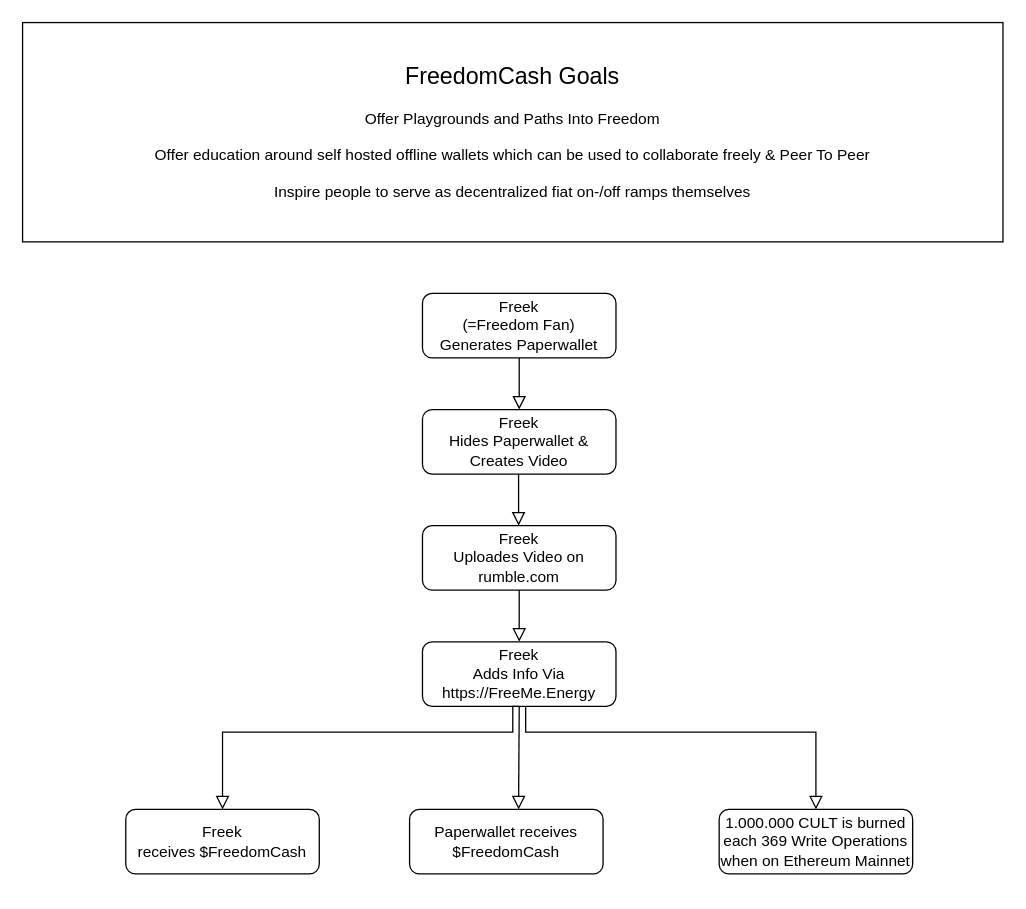
Before: diagram.drawio in michael-spengler/FreedomCash, a draw.io diagram. Source tidied: cells renumbered, new cells numbered last; positions are measured from the earlier drawing's top-left corner, leaving out a move shared by most shapes. Both pictures are drawn from the tidied source at 129%, with x=0, y=0 at pixel (22, 22).
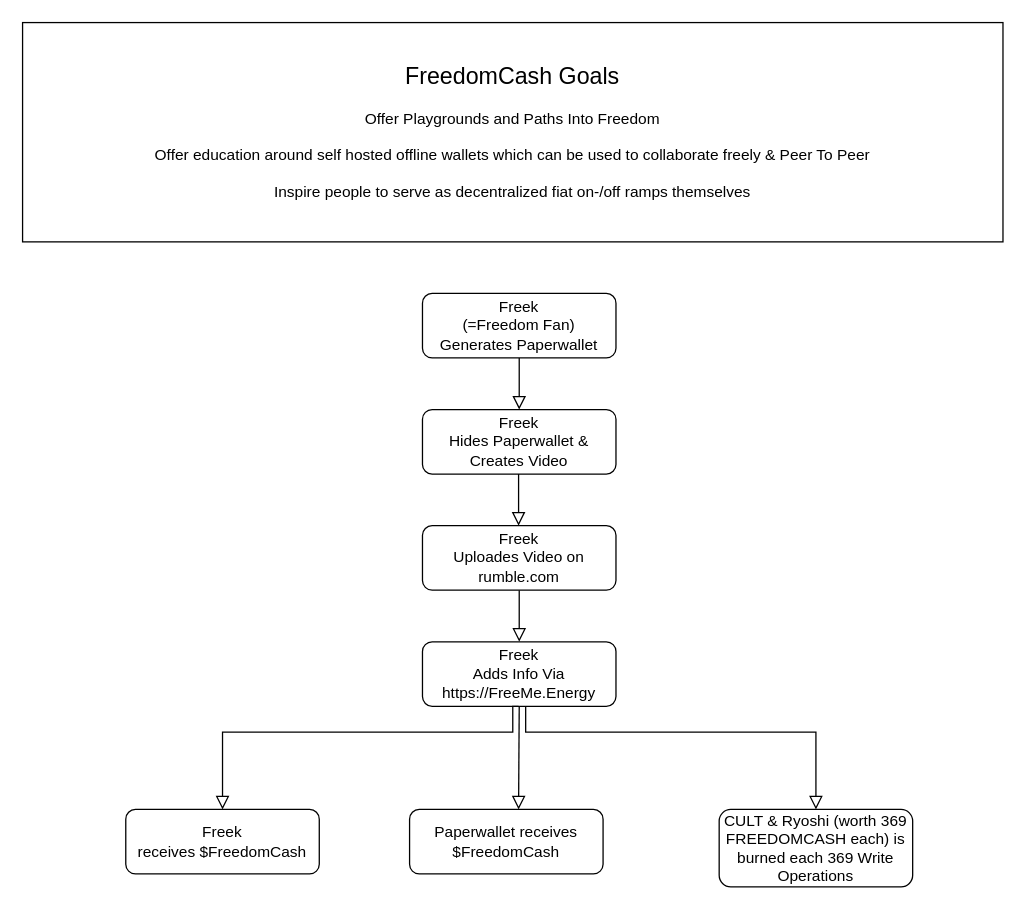
The same page after the edit.

The edit, as a diff of the source:
```diff
@@
-    <mxCell id="13" value="1.000.000 CULT is burned each 369 Write Operations&lt;br&gt;when on Ethereum Mainnet" style="rounded=1;whiteSpace=wrap;html=1;fontSize=12;glass=0;strokeWidth=1;shadow=0;" parent="1" vertex="1">
-      <mxGeometry x="540" y="610" width="150" height="50" as="geometry" />
+    <mxCell id="13" value="CULT &amp;amp; Ryoshi (worth 369 FREEDOMCASH each) is burned each 369 Write Operations" style="rounded=1;whiteSpace=wrap;html=1;fontSize=12;glass=0;strokeWidth=1;shadow=0;" parent="1" vertex="1">
+      <mxGeometry x="540" y="610" width="150" height="60" as="geometry" />
     </mxCell>
```
